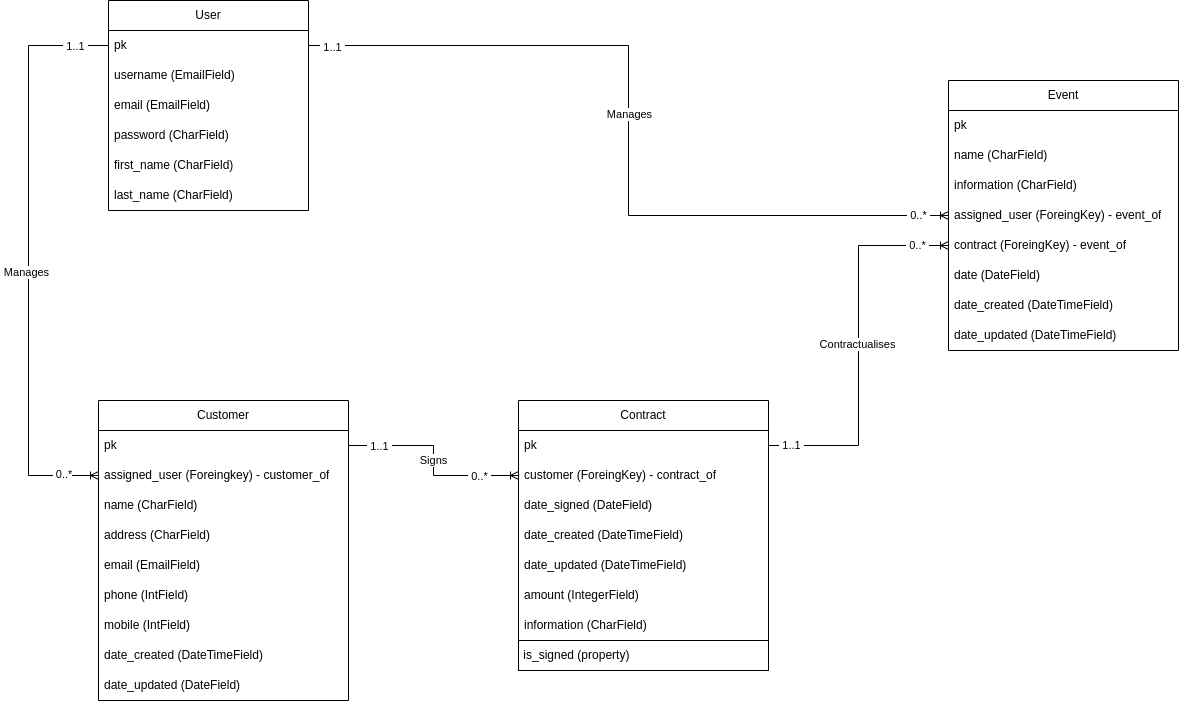
Before: logos/Diagram_Epic_events.png, a diagram exported from draw.io (flinguenheld/ocrp12.1). Source tidied: cells renumbered, new cells last; positions are measured from the earlier drawing's top-left corner, leaving out a move shared by most shapes.
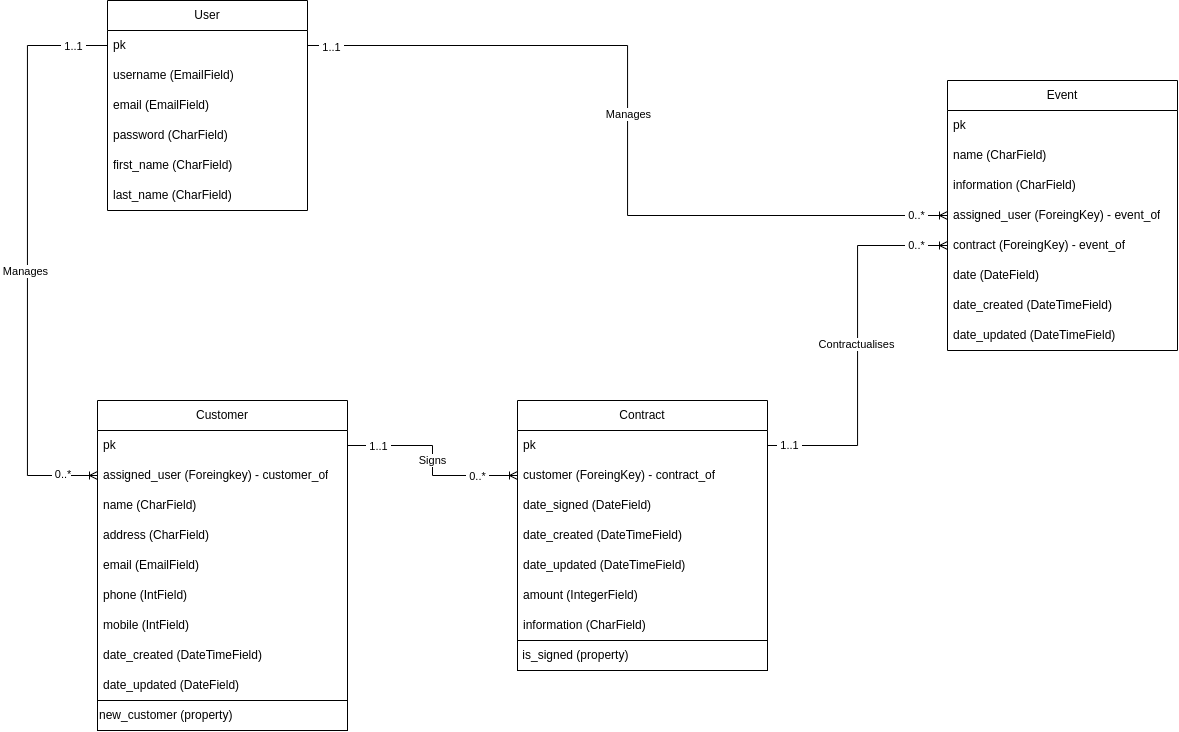
After the commit.

What changed in the source:
```diff
@@ -24,7 +24,7 @@
       <mxGeometry y="180" width="200" height="30" as="geometry" />
     </mxCell>
     <mxCell id="9" value="Customer" style="swimlane;fontStyle=0;horizontal=1;startSize=30;whiteSpace=wrap;html=1;" parent="1" vertex="1">
-      <mxGeometry x="70" y="400" width="250" height="300" as="geometry" />
+      <mxGeometry x="70" y="400" width="250" height="330" as="geometry" />
     </mxCell>
     <mxCell id="10" value="pk" style="text;strokeColor=none;fillColor=none;align=left;verticalAlign=middle;spacingLeft=4;spacingRight=4;overflow=hidden;points=[[0,0.5],[1,0.5]];portConstraint=eastwest;whiteSpace=wrap;html=1;" parent="9" vertex="1">
       <mxGeometry y="30" width="250" height="30" as="geometry" />
@@ -53,6 +53,9 @@
     <mxCell id="18" value="date_updated (DateField)" style="text;strokeColor=none;fillColor=none;align=left;verticalAlign=middle;spacingLeft=4;spacingRight=4;overflow=hidden;whiteSpace=wrap;html=1;" parent="9" vertex="1">
       <mxGeometry y="270" width="250" height="30" as="geometry" />
     </mxCell>
+    <mxCell id="53" value="new_customer (property)" style="rounded=0;whiteSpace=wrap;html=1;align=left;" parent="9" vertex="1">
+      <mxGeometry y="300" width="250" height="30" as="geometry" />
+    </mxCell>
     <mxCell id="19" value="Event" style="swimlane;fontStyle=0;horizontal=1;startSize=30;whiteSpace=wrap;html=1;" parent="1" vertex="1">
       <mxGeometry x="920" y="80" width="230" height="270" as="geometry" />
     </mxCell>
```
